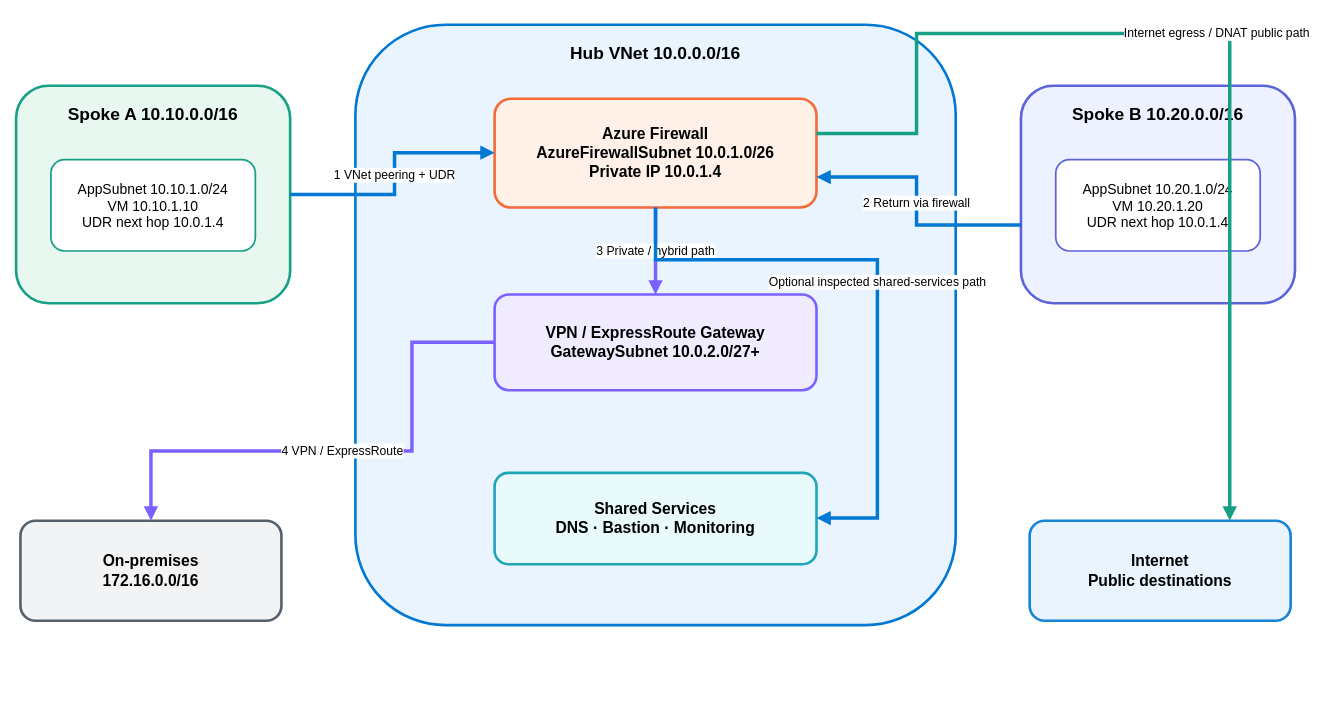
ccaiccie/knowledge keeps this draw.io diagram as images/09-05-26-18-55_method1_hub_spoke_architecture.drawio. Above is the earlier version. Source tidied: cells renumbered, new cells numbered last; positions are measured from the earlier drawing's top-left corner, leaving out a move shared by most shapes. Both pictures are drawn from the tidied source at 87%, with x=0, y=0 at pixel (16, 24).
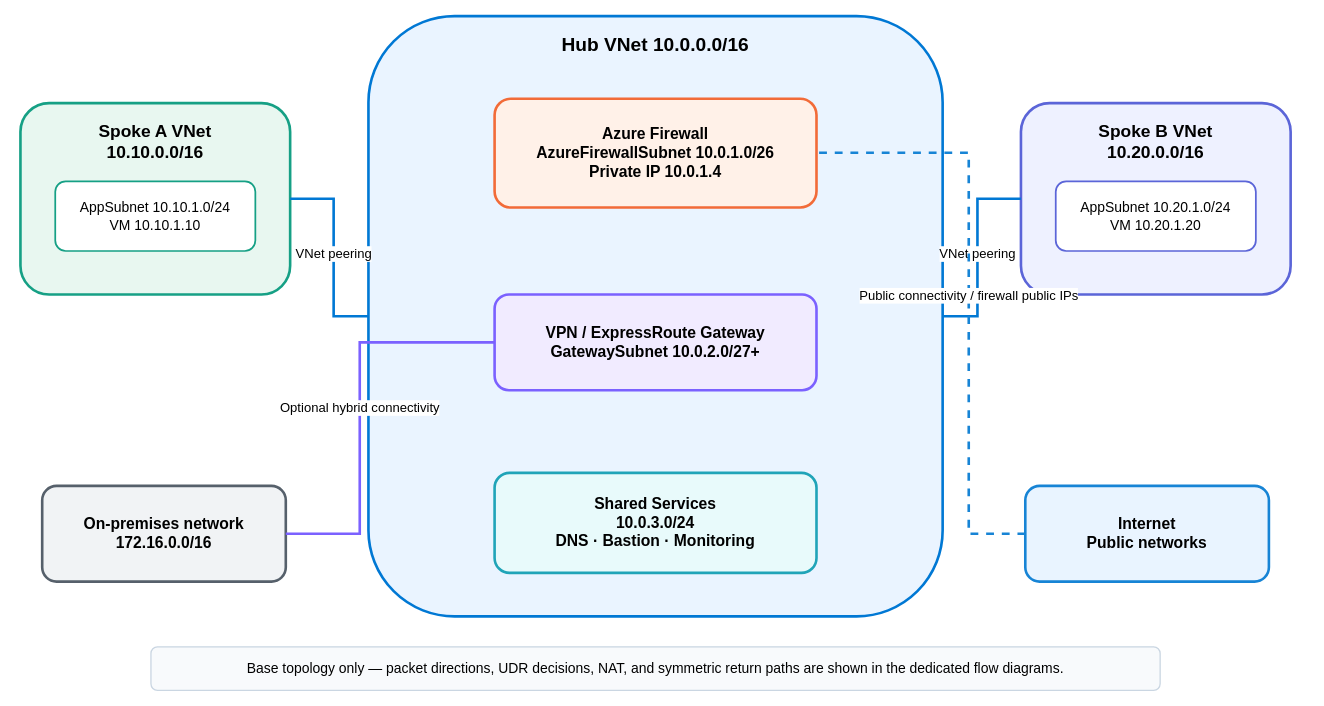
The same page after the edit.

Commit message:
Refactor Method 1 draw.io into topology-only architecture

The change refers to these unchanged cells:
```xml
<mxCell id="3" value="Azure Firewall&#10;AzureFirewallSubnet 10.0.1.0/26&#10;Private IP 10.0.1.4" style="rounded=1;whiteSpace=wrap;html=1;fontStyle=1;fontSize=18;fillColor=#FFF1E8;strokeColor=#F26B38;strokeWidth=3;" parent="1" vertex="1">
  <mxGeometry x="550" y="85" width="370" height="125" as="geometry" />
</mxCell>
<mxCell id="4" value="VPN / ExpressRoute Gateway&#10;GatewaySubnet 10.0.2.0/27+" style="rounded=1;whiteSpace=wrap;html=1;fontStyle=1;fontSize=18;fillColor=#F1EBFF;strokeColor=#7B61FF;strokeWidth=3;" parent="1" vertex="1">
  <mxGeometry x="550" y="310" width="370" height="110" as="geometry" />
</mxCell>
```

The edit, as a diff of the source:
```diff
@@
-    <mxCell id="2" value="Hub VNet 10.0.0.0/16" style="rounded=1;whiteSpace=wrap;html=1;verticalAlign=top;fontStyle=1;fontSize=20;spacingTop=14;fillColor=#EAF4FF;strokeColor=#0078D4;strokeWidth=3;" parent="1" vertex="1">
-      <mxGeometry x="390" width="690" height="690" as="geometry" />
+    <mxCell id="2" value="Hub VNet 10.0.0.0/16" style="rounded=1;whiteSpace=wrap;html=1;verticalAlign=top;fontStyle=1;fontSize=22;spacingTop=14;fillColor=#EAF4FF;strokeColor=#0078D4;strokeWidth=3;" parent="1" vertex="1">
+      <mxGeometry x="405" y="-10" width="660" height="690" as="geometry" />
     </mxCell>
@@
-    <mxCell id="5" value="Shared Services&#10;DNS · Bastion · Monitoring" style="rounded=1;whiteSpace=wrap;html=1;fontStyle=1;fontSize=18;fillColor=#E8FAFB;strokeColor=#20A4B8;strokeWidth=3;" parent="1" vertex="1">
-      <mxGeometry x="550" y="515" width="370" height="105" as="geometry" />
+    <mxCell id="5" value="Shared Services&#10;10.0.3.0/24&#10;DNS · Bastion · Monitoring" style="rounded=1;whiteSpace=wrap;html=1;fontStyle=1;fontSize=18;fillColor=#E8FAFB;strokeColor=#20A4B8;strokeWidth=3;" parent="1" vertex="1">
+      <mxGeometry x="550" y="515" width="370" height="115" as="geometry" />
     </mxCell>
-    <mxCell id="6" value="Spoke A 10.10.0.0/16" style="rounded=1;whiteSpace=wrap;html=1;verticalAlign=top;fontStyle=1;fontSize=20;spacingTop=14;fillColor=#E8F7F0;strokeColor=#16A085;strokeWidth=3;" parent="1" vertex="1">
-      <mxGeometry y="70" width="315" height="250" as="geometry" />
+    <mxCell id="6" value="Spoke A VNet&#10;10.10.0.0/16" style="rounded=1;whiteSpace=wrap;html=1;verticalAlign=top;fontStyle=1;fontSize=20;spacingTop=14;fillColor=#E8F7F0;strokeColor=#16A085;strokeWidth=3;" parent="1" vertex="1">
+      <mxGeometry x="5" y="90" width="310" height="220" as="geometry" />
     </mxCell>
-    <mxCell id="7" value="AppSubnet 10.10.1.0/24&#10;VM 10.10.1.10&#10;UDR next hop 10.0.1.4" style="rounded=1;whiteSpace=wrap;html=1;fontSize=16;fillColor=#FFFFFF;strokeColor=#16A085;strokeWidth=2;" parent="1" vertex="1">
-      <mxGeometry x="40" y="155" width="235" height="105" as="geometry" />
+    <mxCell id="7" value="AppSubnet 10.10.1.0/24&#10;VM 10.10.1.10" style="rounded=1;whiteSpace=wrap;html=1;fontSize=16;fillColor=#FFFFFF;strokeColor=#16A085;strokeWidth=2;" parent="1" vertex="1">
+      <mxGeometry x="45" y="180" width="230" height="80" as="geometry" />
     </mxCell>
-    <mxCell id="8" value="Spoke B 10.20.0.0/16" style="rounded=1;whiteSpace=wrap;html=1;verticalAlign=top;fontStyle=1;fontSize=20;spacingTop=14;fillColor=#EEF1FF;strokeColor=#5B65D8;strokeWidth=3;" parent="1" vertex="1">
-      <mxGeometry x="1155" y="70" width="315" height="250" as="geometry" />
+    <mxCell id="8" value="Spoke B VNet&#10;10.20.0.0/16" style="rounded=1;whiteSpace=wrap;html=1;verticalAlign=top;fontStyle=1;fontSize=20;spacingTop=14;fillColor=#EEF1FF;strokeColor=#5B65D8;strokeWidth=3;" parent="1" vertex="1">
+      <mxGeometry x="1155" y="90" width="310" height="220" as="geometry" />
     </mxCell>
-    <mxCell id="9" value="AppSubnet 10.20.1.0/24&#10;VM 10.20.1.20&#10;UDR next hop 10.0.1.4" style="rounded=1;whiteSpace=wrap;html=1;fontSize=16;fillColor=#FFFFFF;strokeColor=#5B65D8;strokeWidth=2;" parent="1" vertex="1">
-      <mxGeometry x="1195" y="155" width="235" height="105" as="geometry" />
+    <mxCell id="9" value="AppSubnet 10.20.1.0/24&#10;VM 10.20.1.20" style="rounded=1;whiteSpace=wrap;html=1;fontSize=16;fillColor=#FFFFFF;strokeColor=#5B65D8;strokeWidth=2;" parent="1" vertex="1">
+      <mxGeometry x="1195" y="180" width="230" height="80" as="geometry" />
     </mxCell>
-    <mxCell id="10" value="On-premises&#10;172.16.0.0/16" style="rounded=1;whiteSpace=wrap;html=1;fontStyle=1;fontSize=18;fillColor=#F1F3F5;strokeColor=#56606B;strokeWidth=3;" parent="1" vertex="1">
-      <mxGeometry x="5" y="570" width="300" height="115" as="geometry" />
+    <mxCell id="10" value="On-premises network&#10;172.16.0.0/16" style="rounded=1;whiteSpace=wrap;html=1;fontStyle=1;fontSize=18;fillColor=#F1F3F5;strokeColor=#56606B;strokeWidth=3;" parent="1" vertex="1">
+      <mxGeometry x="30" y="530" width="280" height="110" as="geometry" />
     </mxCell>
-    <mxCell id="11" value="Internet&#10;Public destinations" style="rounded=1;whiteSpace=wrap;html=1;fontStyle=1;fontSize=18;fillColor=#E9F4FF;strokeColor=#1784D5;strokeWidth=3;" parent="1" vertex="1">
-      <mxGeometry x="1165" y="570" width="300" height="115" as="geometry" />
+    <mxCell id="11" value="Internet&#10;Public networks" style="rounded=1;whiteSpace=wrap;html=1;fontStyle=1;fontSize=18;fillColor=#E9F4FF;strokeColor=#1784D5;strokeWidth=3;" parent="1" vertex="1">
+      <mxGeometry x="1160" y="530" width="280" height="110" as="geometry" />
     </mxCell>
-    <mxCell id="12" value="1 VNet peering + UDR" style="edgeStyle=orthogonalEdgeStyle;rounded=0;html=1;strokeColor=#0078D4;strokeWidth=4;endArrow=block;endFill=1;fontSize=14;" parent="1" edge="1" source="6" target="3">
-      <mxGeometry relative="1" as="geometry">
-        <Array as="points">
-          <mxPoint x="435" y="195" />
-          <mxPoint x="435" y="147" />
-        </Array>
-      </mxGeometry>
-    </mxCell>
-    <mxCell id="13" value="2 Return via firewall" style="edgeStyle=orthogonalEdgeStyle;rounded=0;html=1;strokeColor=#0078D4;strokeWidth=4;endArrow=block;endFill=1;fontSize=14;" parent="1" edge="1" source="8" target="3">
-      <mxGeometry relative="1" as="geometry">
-        <Array as="points">
-          <mxPoint x="1035" y="230" />
-          <mxPoint x="1035" y="175" />
-        </Array>
-      </mxGeometry>
-    </mxCell>
-    <mxCell id="14" value="3 Private / hybrid path" style="edgeStyle=orthogonalEdgeStyle;rounded=0;html=1;strokeColor=#7B61FF;strokeWidth=4;endArrow=block;endFill=1;fontSize=14;" parent="1" edge="1" source="3" target="4">
-      <mxGeometry relative="1" as="geometry" />
-    </mxCell>
-    <mxCell id="15" value="4 VPN / ExpressRoute" style="edgeStyle=orthogonalEdgeStyle;rounded=0;html=1;strokeColor=#7B61FF;strokeWidth=4;endArrow=block;endFill=1;fontSize=14;" parent="1" edge="1" source="4" target="10">
-      <mxGeometry relative="1" as="geometry">
-        <Array as="points">
-          <mxPoint x="455" y="365" />
-          <mxPoint x="455" y="490" />
-          <mxPoint x="155" y="490" />
-        </Array>
-      </mxGeometry>
-    </mxCell>
-    <mxCell id="16" value="Internet egress / DNAT public path" style="edgeStyle=orthogonalEdgeStyle;rounded=0;html=1;strokeColor=#16A085;strokeWidth=4;endArrow=block;endFill=1;fontSize=14;" parent="1" edge="1" source="3" target="11">
-      <mxGeometry relative="1" as="geometry">
-        <Array as="points">
-          <mxPoint x="1035" y="125" />
-          <mxPoint x="1035" y="10" />
-          <mxPoint x="1395" y="10" />
-        </Array>
-      </mxGeometry>
-    </mxCell>
-    <mxCell id="17" value="Optional inspected shared-services path" style="edgeStyle=orthogonalEdgeStyle;rounded=0;html=1;strokeColor=#0078D4;strokeWidth=4;endArrow=block;endFill=1;fontSize=14;" parent="1" edge="1" source="3" target="5">
-      <mxGeometry relative="1" as="geometry">
-        <Array as="points">
-          <mxPoint x="735" y="270" />
-          <mxPoint x="990" y="270" />
-          <mxPoint x="990" y="567" />
-        </Array>
-      </mxGeometry>
-    </mxCell>
+    <mxCell id="18" value="VNet peering" style="edgeStyle=orthogonalEdgeStyle;rounded=0;html=1;strokeColor=#0078D4;strokeWidth=3;endArrow=none;fontSize=15;labelBackgroundColor=#FFFFFF;" parent="1" edge="1" source="6" target="2">
+      <mxGeometry relative="1" as="geometry">
+        <Array as="points">
+          <mxPoint x="365" y="200" />
+        </Array>
+      </mxGeometry>
+    </mxCell>
+    <mxCell id="19" value="VNet peering" style="edgeStyle=orthogonalEdgeStyle;rounded=0;html=1;strokeColor=#0078D4;strokeWidth=3;endArrow=none;fontSize=15;labelBackgroundColor=#FFFFFF;" parent="1" edge="1" source="8" target="2">
+      <mxGeometry relative="1" as="geometry">
+        <Array as="points">
+          <mxPoint x="1105" y="200" />
+        </Array>
+      </mxGeometry>
+    </mxCell>
+    <mxCell id="20" value="Optional hybrid connectivity" style="edgeStyle=orthogonalEdgeStyle;rounded=0;html=1;strokeColor=#7B61FF;strokeWidth=3;endArrow=none;fontSize=15;labelBackgroundColor=#FFFFFF;" parent="1" edge="1" source="10" target="4">
+      <mxGeometry relative="1" as="geometry">
+        <Array as="points">
+          <mxPoint x="395" y="585" />
+          <mxPoint x="395" y="365" />
+        </Array>
+      </mxGeometry>
+    </mxCell>
+    <mxCell id="21" value="Public connectivity / firewall public IPs" style="edgeStyle=orthogonalEdgeStyle;rounded=0;html=1;strokeColor=#1784D5;strokeWidth=3;endArrow=none;fontSize=15;labelBackgroundColor=#FFFFFF;dashed=1;" parent="1" edge="1" source="11" target="3">
+      <mxGeometry relative="1" as="geometry">
+        <Array as="points">
+          <mxPoint x="1095" y="585" />
+          <mxPoint x="1095" y="147" />
+        </Array>
+      </mxGeometry>
+    </mxCell>
+    <mxCell id="22" value="Base topology only — packet directions, UDR decisions, NAT, and symmetric return paths are shown in the dedicated flow diagrams." style="rounded=1;whiteSpace=wrap;html=1;fontSize=16;fillColor=#F8FAFC;strokeColor=#CAD6E2;strokeWidth=1.5;" parent="1" vertex="1">
+      <mxGeometry x="155" y="715" width="1160" height="50" as="geometry" />
+    </mxCell>
```
